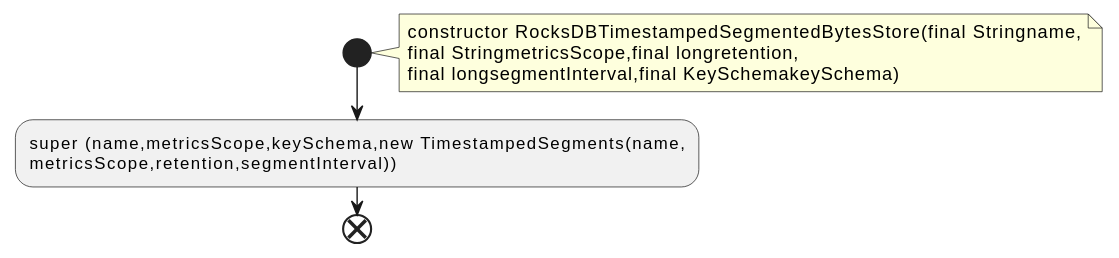
Before: docs/qc/streams/src/main/java/org/apache/kafka/streams/state/internals/RocksDBTimestampedSegmentedBytesStore.java.fct.svg, a diagram exported from PlantUML (qualitesys/kafka).
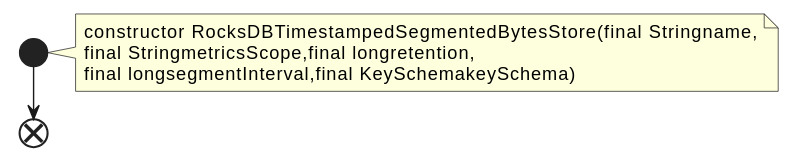
The same file after the commit.

What changed in the source:
```diff
@@ -6,7 +6,5 @@
 final StringmetricsScope,final longretention,
 final longsegmentInterval,final KeySchemakeySchema)
 end note
-:super (name,metricsScope,keySchema,new TimestampedSegments(name,
-metricsScope,retention,segmentInterval));
 end
 @enduml
```
